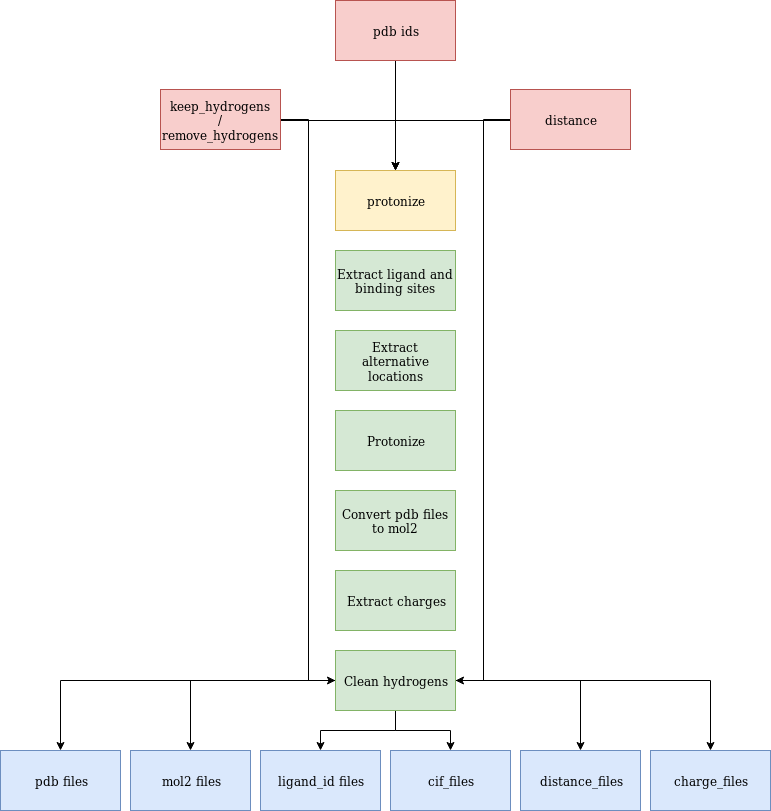
Zethson/promoe keeps this draw.io diagram as images/protonize.png. Above is the earlier version. Source tidied: cells renumbered, new cells last; positions are measured from the earlier drawing's top-left corner, leaving out a move shared by most shapes.
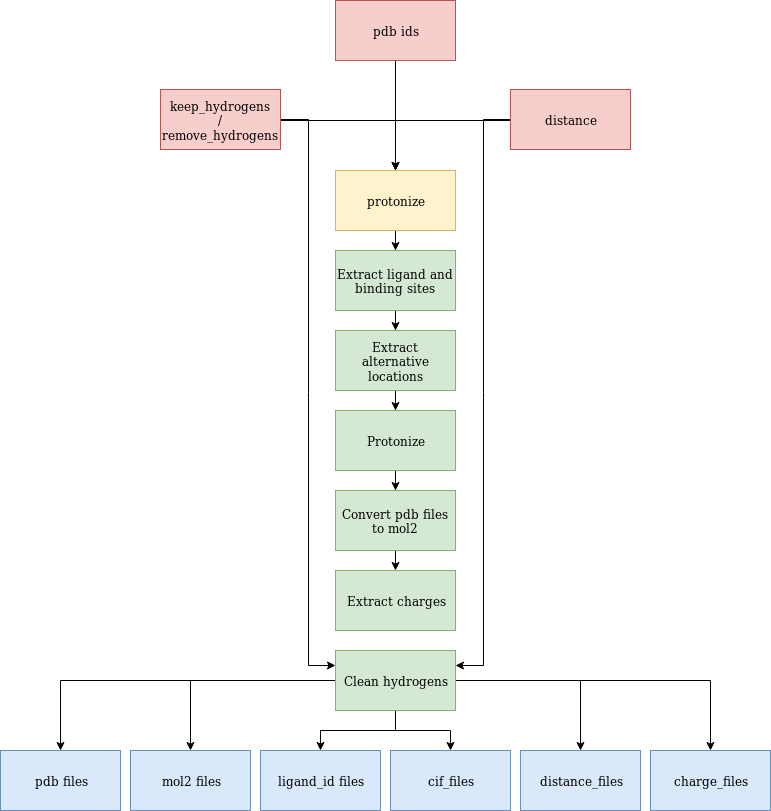
The same diagram one commit later.

Commit message:
[FEATURE] protonize selected cleaning hydrogens & some doc

The edit, as a diff of the source:
```diff
@@ -2,6 +2,9 @@
   <root>
     <mxCell id="0" />
     <mxCell id="1" parent="0" />
+    <mxCell id="29" style="edgeStyle=orthogonalEdgeStyle;rounded=0;jettySize=auto;html=1;" parent="1" edge="1" source="2" target="11">
+      <mxGeometry relative="1" as="geometry" />
+    </mxCell>
     <mxCell id="2" value="protonize" style="rounded=0;whiteSpace=wrap;html=1;fillColor=#fff2cc;strokeColor=#d6b656;" parent="1" vertex="1">
       <mxGeometry x="335" y="170" width="120" height="60" as="geometry" />
     </mxCell>
@@ -12,7 +15,7 @@
         </Array>
       </mxGeometry>
     </mxCell>
-    <mxCell id="4" style="edgeStyle=orthogonalEdgeStyle;rounded=0;jettySize=auto;html=1;entryX=1;entryY=0.5;entryDx=0;entryDy=0;" parent="1" edge="1" source="5" target="22">
+    <mxCell id="4" style="edgeStyle=orthogonalEdgeStyle;rounded=0;jettySize=auto;html=1;entryX=1;entryY=0.25;entryDx=0;entryDy=0;" parent="1" edge="1" source="5" target="22">
       <mxGeometry relative="1" as="geometry" />
     </mxCell>
     <mxCell id="5" value="&lt;div&gt;distance&lt;/div&gt;" style="rounded=0;whiteSpace=wrap;html=1;fillColor=#f8cecc;strokeColor=#b85450;" parent="1" vertex="1">
@@ -25,7 +28,7 @@
         </Array>
       </mxGeometry>
     </mxCell>
-    <mxCell id="7" style="edgeStyle=orthogonalEdgeStyle;rounded=0;jettySize=auto;html=1;entryX=0;entryY=0.5;entryDx=0;entryDy=0;" parent="1" edge="1" source="8" target="22">
+    <mxCell id="7" style="edgeStyle=orthogonalEdgeStyle;rounded=0;jettySize=auto;html=1;entryX=0;entryY=0.25;entryDx=0;entryDy=0;" parent="1" edge="1" source="8" target="22">
       <mxGeometry relative="1" as="geometry" />
     </mxCell>
     <mxCell id="8" value="&lt;div&gt;keep_hydrogens&lt;/div&gt;&lt;div&gt;/&lt;/div&gt;&lt;div&gt;remove_hydrogens&lt;br&gt;&lt;/div&gt;" style="rounded=0;whiteSpace=wrap;html=1;fillColor=#f8cecc;strokeColor=#b85450;" parent="1" vertex="1">
@@ -37,15 +40,27 @@
     <mxCell id="10" value="&lt;div&gt;pdb ids&lt;/div&gt;" style="rounded=0;whiteSpace=wrap;html=1;fillColor=#f8cecc;strokeColor=#b85450;" parent="1" vertex="1">
       <mxGeometry x="335" width="120" height="60" as="geometry" />
     </mxCell>
+    <mxCell id="30" style="edgeStyle=orthogonalEdgeStyle;rounded=0;jettySize=auto;html=1;" parent="1" edge="1" source="11" target="12">
+      <mxGeometry relative="1" as="geometry" />
+    </mxCell>
     <mxCell id="11" value="Extract ligand and binding sites" style="rounded=0;whiteSpace=wrap;html=1;fillColor=#d5e8d4;strokeColor=#82b366;" parent="1" vertex="1">
       <mxGeometry x="335" y="250" width="120" height="60" as="geometry" />
     </mxCell>
+    <mxCell id="31" style="edgeStyle=orthogonalEdgeStyle;rounded=0;jettySize=auto;html=1;entryX=0.5;entryY=0;entryDx=0;entryDy=0;" parent="1" edge="1" source="12" target="13">
+      <mxGeometry relative="1" as="geometry" />
+    </mxCell>
     <mxCell id="12" value="Extract alternative locations" style="rounded=0;whiteSpace=wrap;html=1;fillColor=#d5e8d4;strokeColor=#82b366;" parent="1" vertex="1">
       <mxGeometry x="335" y="330" width="120" height="60" as="geometry" />
     </mxCell>
+    <mxCell id="32" style="edgeStyle=orthogonalEdgeStyle;rounded=0;jettySize=auto;html=1;" parent="1" edge="1" source="13" target="14">
+      <mxGeometry relative="1" as="geometry" />
+    </mxCell>
     <mxCell id="13" value="Protonize" style="rounded=0;whiteSpace=wrap;html=1;fillColor=#d5e8d4;strokeColor=#82b366;" parent="1" vertex="1">
       <mxGeometry x="335" y="410" width="120" height="60" as="geometry" />
     </mxCell>
+    <mxCell id="33" style="edgeStyle=orthogonalEdgeStyle;rounded=0;jettySize=auto;html=1;exitX=0.5;exitY=1;exitDx=0;exitDy=0;entryX=0.5;entryY=0;entryDx=0;entryDy=0;" parent="1" edge="1" source="14" target="15">
+      <mxGeometry relative="1" as="geometry" />
+    </mxCell>
     <mxCell id="14" value="Convert pdb files to mol2" style="rounded=0;whiteSpace=wrap;html=1;fillColor=#d5e8d4;strokeColor=#82b366;" parent="1" vertex="1">
       <mxGeometry x="335" y="490" width="120" height="60" as="geometry" />
     </mxCell>
```
